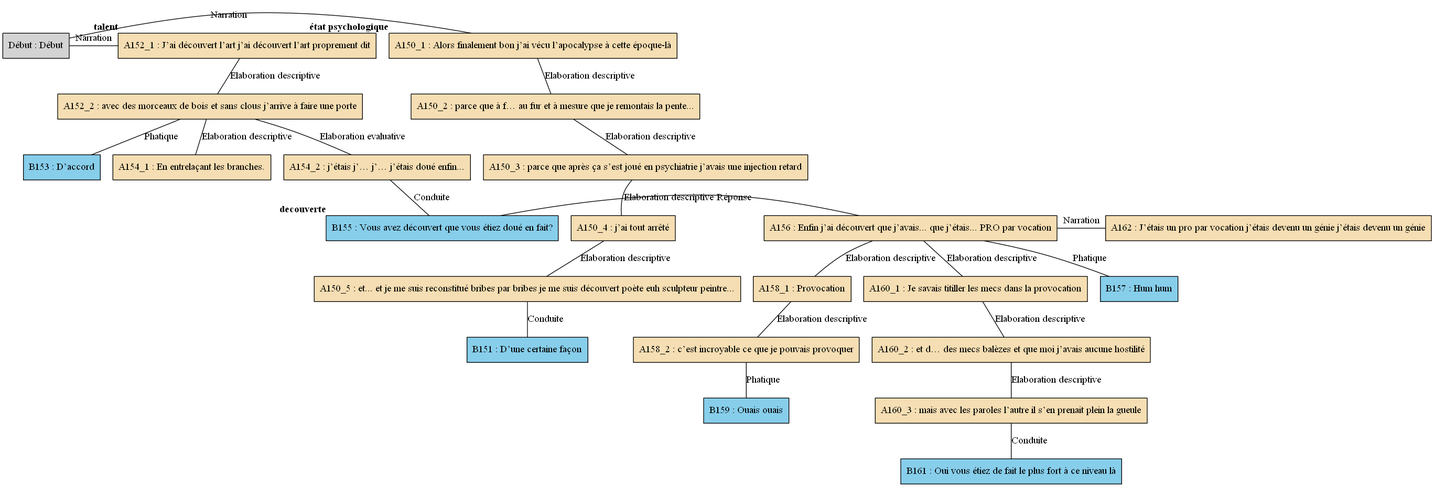
The Graphviz diagram arbres/Provocation/Provocation_-_A05.gv.png in AlaixComet/AnnotationSlamPTut, before a commit. Its source is kept beside it as arbres/Provocation/Provocation_-_A05.gv.
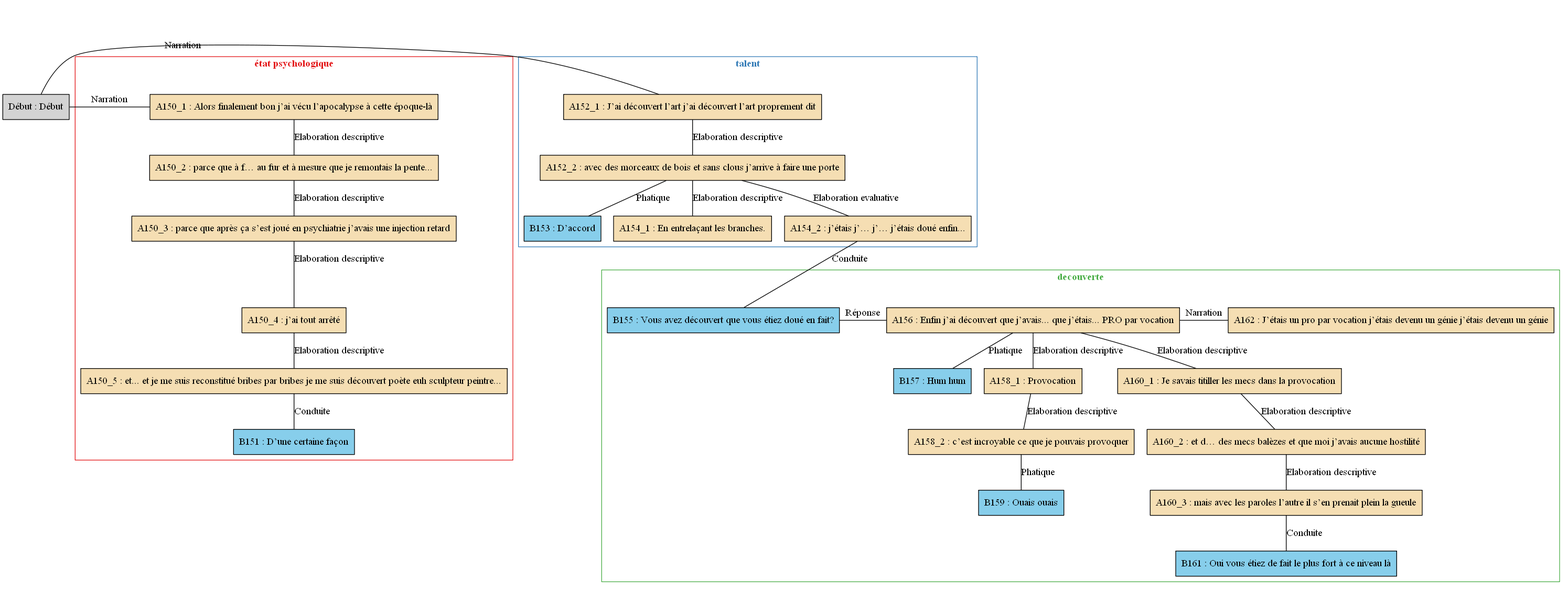
After the change.

Diff of the diagram source:
```diff
@@ -1,68 +1,95 @@
 digraph A05 {
 	node [shape=box style=filled]
-	"Début" [label="Début : Début" xlabel=""]
-	A150_1 [label="A150_1 : Alors finalement bon j’ai vécu l’apocalypse à cette époque-là" fillcolor=wheat xlabel=<<B>état psychologique</B>>]
-	A150_2 [label="A150_2 : parce que à f… au fur et à mesure que je remontais la pente..." fillcolor=wheat xlabel=""]
-	A150_3 [label="A150_3 : parce que après ça s’est joué en psychiatrie j’avais une injection retard" fillcolor=wheat xlabel=""]
-	A150_4 [label="A150_4 : j’ai tout arrêté" fillcolor=wheat xlabel=""]
-	A150_5 [label="A150_5 : et... et je me suis reconstitué bribes par bribes je me suis découvert poète euh sculpteur peintre..." fillcolor=wheat xlabel=""]
-	B151 [label="B151 : D’une certaine façon" fillcolor=skyblue xlabel=""]
-	A152_1 [label="A152_1 : J’ai découvert l’art j’ai découvert l’art proprement dit" fillcolor=wheat xlabel=<<B>talent</B>>]
-	A152_2 [label="A152_2 : avec des morceaux de bois et sans clous j’arrive à faire une porte" fillcolor=wheat xlabel=""]
-	B153 [label="B153 : D’accord" fillcolor=skyblue xlabel=""]
-	A154_1 [label="A154_1 : En entrelaçant les branches." fillcolor=wheat xlabel=""]
-	A154_2 [label="A154_2 : j’étais j’… j’… j’étais doué enfin..." fillcolor=wheat xlabel=""]
-	B155 [label="B155 : Vous avez découvert que vous étiez doué en fait?" fillcolor=skyblue xlabel=<<B>decouverte</B>>]
-	A156 [label="A156 : Enfin j’ai découvert que j’avais... que j’étais... PRO par vocation" fillcolor=wheat xlabel=""]
-	B157 [label="B157 : Hum hum" fillcolor=skyblue xlabel=""]
-	A158_1 [label="A158_1 : Provocation" fillcolor=wheat xlabel=""]
-	A158_2 [label="A158_2 : c’est incroyable ce que je pouvais provoquer" fillcolor=wheat xlabel=""]
-	B159 [label="B159 : Ouais ouais" fillcolor=skyblue xlabel=""]
-	A160_1 [label="A160_1 : Je savais titiller les mecs dans la provocation" fillcolor=wheat xlabel=""]
-	A160_2 [label="A160_2 : et d… des mecs balèzes et que moi j’avais aucune hostilité" fillcolor=wheat xlabel=""]
-	A160_3 [label="A160_3 : mais avec les paroles l’autre il s’en prenait plein la gueule" fillcolor=wheat xlabel=""]
-	B161 [label="B161 : Oui vous étiez de fait le plus fort à ce niveau là" fillcolor=skyblue xlabel=""]
-	A162 [label="A162 : J’étais un pro par vocation j’étais devenu un génie j’étais devenu un génie" fillcolor=wheat xlabel=""]
-	{
-		rank=same
-		"Début"
+	newrank=true
+	zero [style=invis]
+	"Début" [label="Début : Début"]
+	A150_1 [label="A150_1 : Alors finalement bon j’ai vécu l’apocalypse à cette époque-là" fillcolor=wheat]
+	A150_2 [label="A150_2 : parce que à f… au fur et à mesure que je remontais la pente..." fillcolor=wheat]
+	A150_3 [label="A150_3 : parce que après ça s’est joué en psychiatrie j’avais une injection retard" fillcolor=wheat]
+	A150_4 [label="A150_4 : j’ai tout arrêté" fillcolor=wheat]
+	A150_5 [label="A150_5 : et... et je me suis reconstitué bribes par bribes je me suis découvert poète euh sculpteur peintre..." fillcolor=wheat]
+	B151 [label="B151 : D’une certaine façon" fillcolor=skyblue]
+	A152_1 [label="A152_1 : J’ai découvert l’art j’ai découvert l’art proprement dit" fillcolor=wheat]
+	A152_2 [label="A152_2 : avec des morceaux de bois et sans clous j’arrive à faire une porte" fillcolor=wheat]
+	B153 [label="B153 : D’accord" fillcolor=skyblue]
+	A154_1 [label="A154_1 : En entrelaçant les branches." fillcolor=wheat]
+	A154_2 [label="A154_2 : j’étais j’… j’… j’étais doué enfin..." fillcolor=wheat]
+	B155 [label="B155 : Vous avez découvert que vous étiez doué en fait?" fillcolor=skyblue]
+	A156 [label="A156 : Enfin j’ai découvert que j’avais... que j’étais... PRO par vocation" fillcolor=wheat]
+	B157 [label="B157 : Hum hum" fillcolor=skyblue]
+	A158_1 [label="A158_1 : Provocation" fillcolor=wheat]
+	A158_2 [label="A158_2 : c’est incroyable ce que je pouvais provoquer" fillcolor=wheat]
+	B159 [label="B159 : Ouais ouais" fillcolor=skyblue]
+	A160_1 [label="A160_1 : Je savais titiller les mecs dans la provocation" fillcolor=wheat]
+	A160_2 [label="A160_2 : et d… des mecs balèzes et que moi j’avais aucune hostilité" fillcolor=wheat]
+	A160_3 [label="A160_3 : mais avec les paroles l’autre il s’en prenait plein la gueule" fillcolor=wheat]
+	B161 [label="B161 : Oui vous étiez de fait le plus fort à ce niveau là" fillcolor=skyblue]
+	A162 [label="A162 : J’étais un pro par vocation j’étais devenu un génie j’étais devenu un génie" fillcolor=wheat]
+	zero -> "Début" [label="" style=invis]
+	zero -> A150_1 [style=invis weight=1]
+	"Début" -> A150_1 [label=Narration constraint=false dir=none]
+	A150_1 -> A150_2 [label="Elaboration descriptive" dir=none weight=2]
+	A150_2 -> A150_3 [label="Elaboration descriptive" dir=none weight=2]
+	A150_3 -> A150_4 [label="Elaboration descriptive" dir=none weight=2]
+	A150_4 -> A150_5 [label="Elaboration descriptive" dir=none weight=2]
+	A150_5 -> B151 [label=Conduite dir=none weight=2]
+	zero -> A152_1 [style=invis weight=1]
+	"Début" -> A152_1 [label=Narration constraint=false dir=none]
+	A152_1 -> A152_2 [label="Elaboration descriptive" dir=none weight=2]
+	A152_2 -> B153 [label=Phatique dir=none weight=2]
+	A152_2 -> A154_1 [label="Elaboration descriptive" dir=none weight=2]
+	A152_2 -> A154_2 [label="Elaboration evaluative" dir=none weight=2]
+	A154_2 -> B155 [label=Conduite dir=none weight=2]
+	A154_2 -> A156 [style=invis weight=1]
+	B155 -> A156 [label="Réponse" constraint=false dir=none]
+	A156 -> B157 [label=Phatique dir=none weight=2]
+	A156 -> A158_1 [label="Elaboration descriptive" dir=none weight=2]
+	A158_1 -> A158_2 [label="Elaboration descriptive" dir=none weight=2]
+	A158_2 -> B159 [label=Phatique dir=none weight=2]
+	A156 -> A160_1 [label="Elaboration descriptive" dir=none weight=2]
+	A160_1 -> A160_2 [label="Elaboration descriptive" dir=none weight=2]
+	A160_3 -> B161 [label=Conduite dir=none weight=2]
+	A154_2 -> A162 [style=invis weight=1]
+	A156 -> A162 [label=Narration constraint=false dir=none]
+	A160_2 -> A160_3 [label="Elaboration descriptive" dir=none weight=2]
+	subgraph cluster_1 {
+		label=<<B>état psychologique</B>>
+		colorscheme=set19
+		color=1
+		fontcolor=1
 		A150_1
-		"Début" -> A150_1 [label=Narration dir=none]
+		A150_2
+		A150_3
+		A150_4
+		A150_5
+		B151
 	}
-	A150_1 -> A150_2 [label="Elaboration descriptive" dir=none]
-	A150_2 -> A150_3 [label="Elaboration descriptive" dir=none]
-	A150_3 -> A150_4 [label="Elaboration descriptive" dir=none]
-	A150_4 -> A150_5 [label="Elaboration descriptive" dir=none]
-	A150_5 -> B151 [label=Conduite dir=none]
-	{
-		rank=same
-		"Début"
+	subgraph cluster_2 {
+		label=<<B>talent</B>>
+		colorscheme=set19
+		color=2
+		fontcolor=2
 		A152_1
-		"Début" -> A152_1 [label=Narration dir=none]
+		A152_2
+		B153
+		A154_1
+		A154_2
 	}
-	A152_1 -> A152_2 [label="Elaboration descriptive" dir=none]
-	A152_2 -> B153 [label=Phatique dir=none]
-	A152_2 -> A154_1 [label="Elaboration descriptive" dir=none]
-	A152_2 -> A154_2 [label="Elaboration evaluative" dir=none]
-	A154_2 -> B155 [label=Conduite dir=none]
-	{
-		rank=same
+	subgraph cluster_3 {
+		label=<<B>decouverte</B>>
+		colorscheme=set19
+		color=3
+		fontcolor=3
 		B155
 		A156
-		B155 -> A156 [label="Réponse" dir=none]
+		B157
+		A158_1
+		A158_2
+		B159
+		A160_1
+		A160_2
+		A160_3
+		B161
+		A162
 	}
-	A156 -> B157 [label=Phatique dir=none]
-	A156 -> A158_1 [label="Elaboration descriptive" dir=none]
-	A158_1 -> A158_2 [label="Elaboration descriptive" dir=none]
-	A158_2 -> B159 [label=Phatique dir=none]
-	A156 -> A160_1 [label="Elaboration descriptive" dir=none]
-	A160_1 -> A160_2 [label="Elaboration descriptive" dir=none]
-	A160_3 -> B161 [label=Conduite dir=none]
-	{
-		rank=same
-		A156
-		A162
-		A156 -> A162 [label=Narration dir=none]
-	}
-	A160_2 -> A160_3 [label="Elaboration descriptive" dir=none]
 }
```
